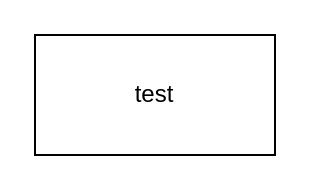
SengHoong/senghoong.github.io keeps this draw.io diagram as Untitled Diagram.drawio. Above is the earlier version. Source tidied: cells renumbered, new cells numbered last; positions are measured from the earlier drawing's top-left corner, leaving out a move shared by most shapes. Both pictures are drawn from the tidied source at 200%, with x=0, y=0 at pixel (34, 34).
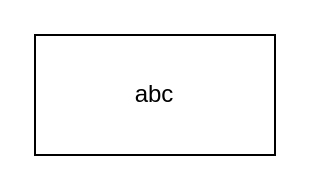
After the change.

The edit, as a diff of the source:
```diff
@@
 <mxGraphModel>
   <root>
     <mxCell id="0" />
     <mxCell id="1" parent="0" />
-    <mxCell id="2" value="test" style="rounded=0;whiteSpace=wrap;html=1;" parent="1" vertex="1">
+    <mxCell id="2" value="abc" style="rounded=0;whiteSpace=wrap;html=1;" parent="1" vertex="1">
       <mxGeometry width="120" height="60" as="geometry" />
     </mxCell>
   </root>
 </mxGraphModel>
```
